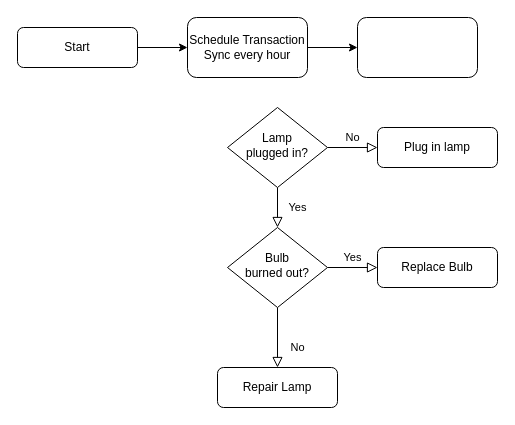
Before: src/main/TransactionFlow.drawio in AKing982/BudgetBuddy, a draw.io diagram. Source tidied: cells renumbered, new cells numbered last; positions are measured from the earlier drawing's top-left corner, leaving out a move shared by most shapes. Both pictures are drawn from the tidied source at 100%, with x=0, y=0 at pixel (17, 17).
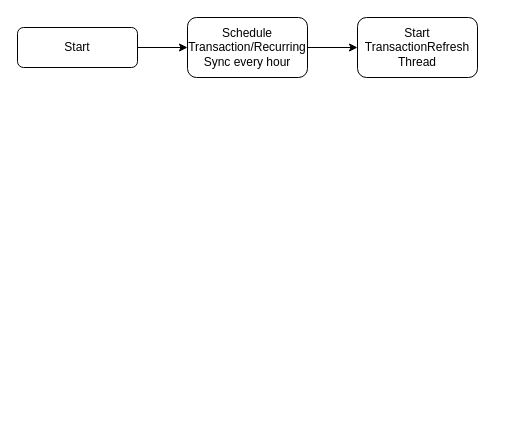
After the change.

The edit, as a diff of the source:
```diff
@@
 <mxGraphModel>
   <root>
     <mxCell id="0" />
     <mxCell id="1" parent="0" />
     <mxCell id="2" value="Start" style="rounded=1;whiteSpace=wrap;html=1;fontSize=12;glass=0;strokeWidth=1;shadow=0;" parent="1" vertex="1">
       <mxGeometry y="10" width="120" height="40" as="geometry" />
     </mxCell>
-    <mxCell id="3" value="Yes" style="rounded=0;html=1;jettySize=auto;fontSize=11;endArrow=block;endFill=0;endSize=8;strokeWidth=1;shadow=0;labelBackgroundColor=none;edgeStyle=orthogonalEdgeStyle;" parent="1" edge="1" source="5" target="9">
-      <mxGeometry y="20" relative="1" as="geometry" />
-    </mxCell>
-    <mxCell id="4" value="No" style="edgeStyle=orthogonalEdgeStyle;rounded=0;html=1;jettySize=auto;fontSize=11;endArrow=block;endFill=0;endSize=8;strokeWidth=1;shadow=0;labelBackgroundColor=none;" parent="1" edge="1" source="5" target="6">
-      <mxGeometry y="10" relative="1" as="geometry" />
-    </mxCell>
-    <mxCell id="5" value="Lamp&lt;br&gt;plugged in?" style="rhombus;whiteSpace=wrap;html=1;shadow=0;fontFamily=Helvetica;fontSize=12;align=center;strokeWidth=1;spacing=6;spacingTop=-4;" parent="1" vertex="1">
-      <mxGeometry x="210" y="90" width="100" height="80" as="geometry" />
-    </mxCell>
-    <mxCell id="6" value="Plug in lamp" style="rounded=1;whiteSpace=wrap;html=1;fontSize=12;glass=0;strokeWidth=1;shadow=0;" parent="1" vertex="1">
-      <mxGeometry x="360" y="110" width="120" height="40" as="geometry" />
-    </mxCell>
-    <mxCell id="7" value="No" style="rounded=0;html=1;jettySize=auto;fontSize=11;endArrow=block;endFill=0;endSize=8;strokeWidth=1;shadow=0;labelBackgroundColor=none;edgeStyle=orthogonalEdgeStyle;" parent="1" edge="1" source="9" target="10">
-      <mxGeometry x="0.33" y="20" relative="1" as="geometry" />
-    </mxCell>
-    <mxCell id="8" value="Yes" style="edgeStyle=orthogonalEdgeStyle;rounded=0;html=1;jettySize=auto;fontSize=11;endArrow=block;endFill=0;endSize=8;strokeWidth=1;shadow=0;labelBackgroundColor=none;" parent="1" edge="1" source="9" target="11">
-      <mxGeometry y="10" relative="1" as="geometry" />
-    </mxCell>
-    <mxCell id="9" value="Bulb&lt;br&gt;burned out?" style="rhombus;whiteSpace=wrap;html=1;shadow=0;fontFamily=Helvetica;fontSize=12;align=center;strokeWidth=1;spacing=6;spacingTop=-4;" parent="1" vertex="1">
-      <mxGeometry x="210" y="210" width="100" height="80" as="geometry" />
-    </mxCell>
-    <mxCell id="10" value="Repair Lamp" style="rounded=1;whiteSpace=wrap;html=1;fontSize=12;glass=0;strokeWidth=1;shadow=0;" parent="1" vertex="1">
-      <mxGeometry x="200" y="350" width="120" height="40" as="geometry" />
-    </mxCell>
-    <mxCell id="11" value="Replace Bulb" style="rounded=1;whiteSpace=wrap;html=1;fontSize=12;glass=0;strokeWidth=1;shadow=0;" parent="1" vertex="1">
-      <mxGeometry x="360" y="230" width="120" height="40" as="geometry" />
-    </mxCell>
     <mxCell id="12" style="endArrow=classic;html=1;rounded=0;exitX=1;exitY=0.5;exitDx=0;exitDy=0;" parent="1" edge="1" source="2">
       <mxGeometry relative="1" as="geometry">
         <mxPoint x="170" y="30" as="targetPoint" />
       </mxGeometry>
     </mxCell>
-    <mxCell id="13" value="Schedule Transaction Sync every hour" style="rounded=1;whiteSpace=wrap;html=1;" parent="1" vertex="1">
+    <mxCell id="13" value="Schedule Transaction/Recurring Sync every hour" style="rounded=1;whiteSpace=wrap;html=1;" parent="1" vertex="1">
       <mxGeometry x="170" width="120" height="60" as="geometry" />
     </mxCell>
     <mxCell id="14" style="endArrow=classic;html=1;rounded=0;exitX=1;exitY=0.5;exitDx=0;exitDy=0;" parent="1" edge="1" source="13">
       <mxGeometry relative="1" as="geometry">
         <mxPoint x="340" y="30" as="targetPoint" />
       </mxGeometry>
     </mxCell>
-    <mxCell id="15" style="rounded=1;whiteSpace=wrap;html=1;" parent="1" vertex="1">
+    <mxCell id="15" value="Start TransactionRefresh Thread" style="rounded=1;whiteSpace=wrap;html=1;" parent="1" vertex="1">
       <mxGeometry x="340" width="120" height="60" as="geometry" />
     </mxCell>
   </root>
 </mxGraphModel>
```
